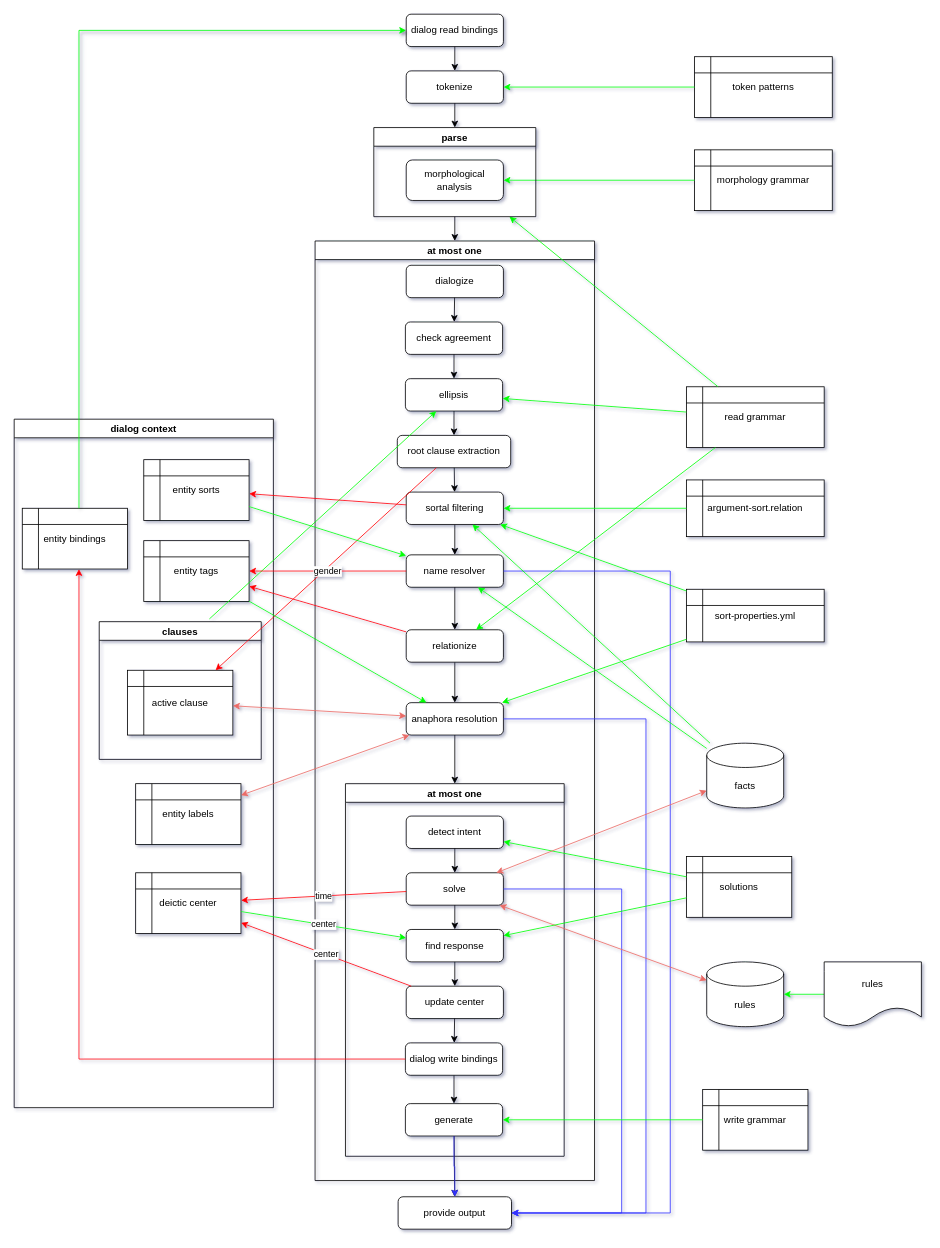
Before: doc/diagram/system1.drawio in garfix/nli-go, a draw.io diagram. Source tidied: cells renumbered, new cells numbered last; positions are measured from the earlier drawing's top-left corner, leaving out a move shared by most shapes. Both pictures are drawn from the tidied source at 81%, with x=0, y=0 at pixel (14, 14).
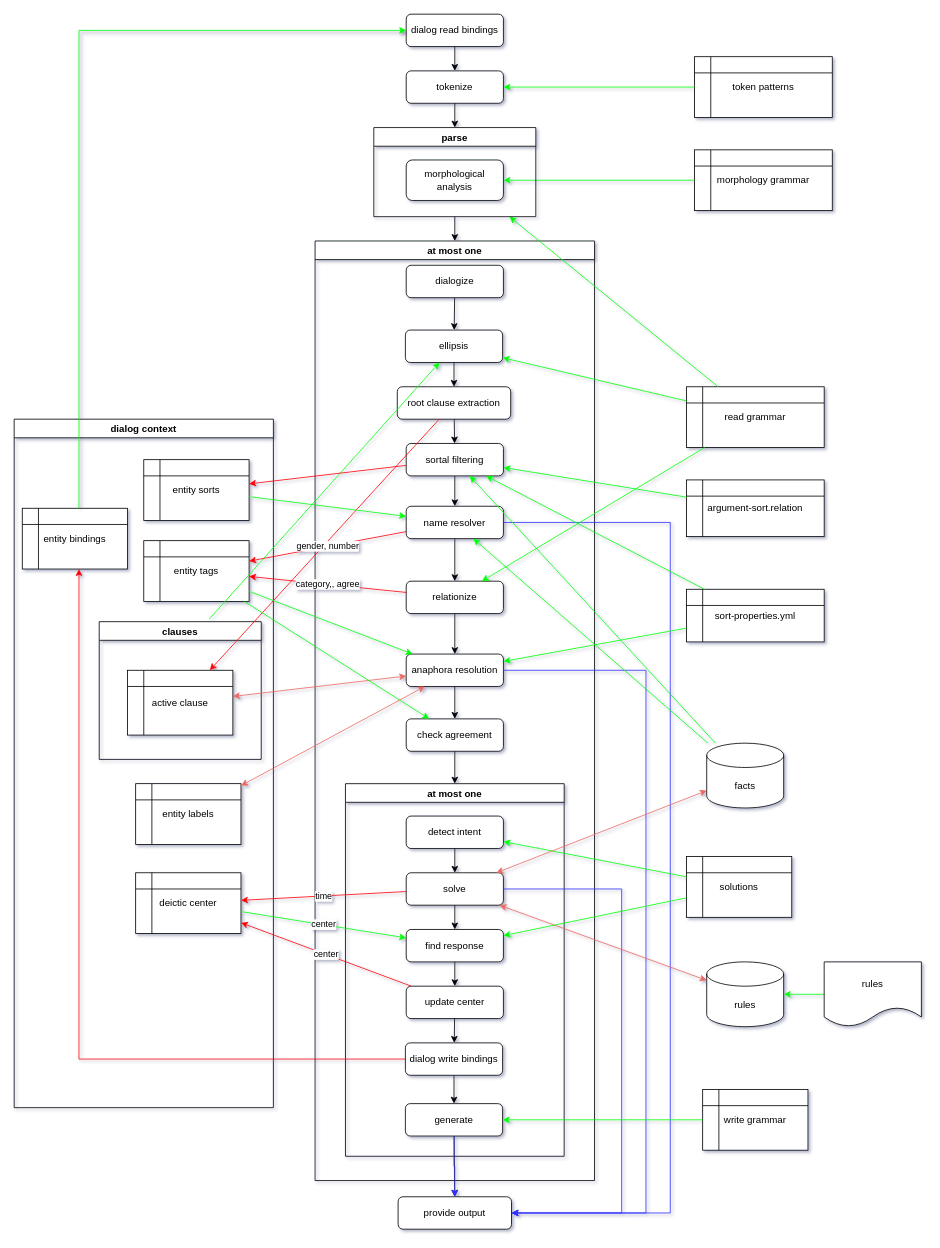
After the change.

Unchanged cells that the change refers to:
```xml
<mxCell id="4" value="at most one" style="swimlane;" parent="1" vertex="1">
  <mxGeometry x="371.5" y="280" width="345" height="1160" as="geometry" />
</mxCell>
<mxCell id="10" value="at most one" style="swimlane;" parent="4" vertex="1">
  <mxGeometry x="37.5" y="670" width="270" height="460" as="geometry" />
</mxCell>
<mxCell id="30" value="dialogize" style="rounded=1;whiteSpace=wrap;html=1;fontSize=12;glass=0;strokeWidth=1;shadow=0;" parent="4" vertex="1">
  <mxGeometry x="112.5" y="30" width="120" height="40" as="geometry" />
</mxCell>
<mxCell id="48" value="entity tags" style="shape=internalStorage;whiteSpace=wrap;html=1;backgroundOutline=1;" parent="45" vertex="1">
  <mxGeometry x="160" y="150" width="130" height="75" as="geometry" />
</mxCell>
```

What changed in the source:
```diff
@@
-    <mxCell id="5" value="check agreement" style="rounded=1;whiteSpace=wrap;html=1;fontSize=12;glass=0;strokeWidth=1;shadow=0;" parent="4" vertex="1">
-      <mxGeometry x="111.5" y="100" width="120" height="40" as="geometry" />
-    </mxCell>
     <mxCell id="6" value="ellipsis" style="rounded=1;whiteSpace=wrap;html=1;fontSize=12;glass=0;strokeWidth=1;shadow=0;" parent="4" vertex="1">
-      <mxGeometry x="111.5" y="170" width="120" height="40" as="geometry" />
+      <mxGeometry x="111.5" y="110" width="120" height="40" as="geometry" />
     </mxCell>
     <mxCell id="7" value="root clause extraction" style="rounded=1;whiteSpace=wrap;html=1;fontSize=12;glass=0;strokeWidth=1;shadow=0;" parent="4" vertex="1">
-      <mxGeometry x="101.5" y="240" width="140" height="40" as="geometry" />
+      <mxGeometry x="101.5" y="180" width="140" height="40" as="geometry" />
     </mxCell>
-    <mxCell id="8" style="endArrow=classic;html=1;rounded=0;" parent="4" edge="1" source="5" target="6">
+    <mxCell id="8" style="endArrow=classic;html=1;rounded=0;" parent="4" edge="1" source="30" target="6">
       <mxGeometry relative="1" as="geometry" />
     </mxCell>
@@
-    <mxCell id="22" style="endArrow=classic;html=1;rounded=0;" parent="4" edge="1" source="23" target="10">
+    <mxCell id="22" style="endArrow=classic;html=1;rounded=0;" parent="4" edge="1" source="5" target="10">
       <mxGeometry relative="1" as="geometry" />
     </mxCell>
     <mxCell id="23" value="anaphora resolution" style="rounded=1;whiteSpace=wrap;html=1;" parent="4" vertex="1">
-      <mxGeometry x="112.5" y="570" width="120" height="40" as="geometry" />
+      <mxGeometry x="112.5" y="510" width="120" height="40" as="geometry" />
     </mxCell>
@@
     <mxCell id="25" value="name resolver" style="rounded=1;whiteSpace=wrap;html=1;" parent="4" vertex="1">
-      <mxGeometry x="112.5" y="387.5" width="120" height="40" as="geometry" />
+      <mxGeometry x="112.5" y="327.5" width="120" height="40" as="geometry" />
     </mxCell>
@@
     <mxCell id="28" value="sortal filtering" style="rounded=1;whiteSpace=wrap;html=1;" parent="4" vertex="1">
-      <mxGeometry x="112.5" y="310" width="120" height="40" as="geometry" />
+      <mxGeometry x="112.5" y="250" width="120" height="40" as="geometry" />
     </mxCell>
@@
-    <mxCell id="31" style="endArrow=classic;html=1;rounded=0;" parent="4" edge="1" source="30" target="5">
+    <mxCell id="31" style="endArrow=classic;html=1;rounded=0;" parent="4" edge="1" source="23" target="5">
       <mxGeometry relative="1" as="geometry" />
     </mxCell>
     <mxCell id="32" value="relationize" style="rounded=1;whiteSpace=wrap;html=1;" parent="4" vertex="1">
-      <mxGeometry x="112.5" y="480" width="120" height="40" as="geometry" />
+      <mxGeometry x="112.5" y="420" width="120" height="40" as="geometry" />
     </mxCell>
+    <mxCell id="5" value="check agreement" style="rounded=1;whiteSpace=wrap;html=1;fontSize=12;glass=0;strokeWidth=1;shadow=0;" parent="4" vertex="1">
+      <mxGeometry x="112.5" y="590" width="120" height="40" as="geometry" />
+    </mxCell>
@@
-    <mxCell id="81" style="endArrow=classic;html=1;rounded=0;strokeColor=#FF0000;" parent="1" edge="1" source="32" target="48">
+    <mxCell id="81" value="category,, agree" style="endArrow=classic;html=1;rounded=0;strokeColor=#FF0000;" parent="1" edge="1" source="32" target="48">
       <mxGeometry relative="1" as="geometry" />
     </mxCell>
@@
-    <mxCell id="85" value="gender" style="endArrow=classic;html=1;rounded=0;strokeColor=#FF0000;" parent="1" edge="1" source="25" target="48">
+    <mxCell id="85" value="gender, number" style="endArrow=classic;html=1;rounded=0;strokeColor=#FF0000;" parent="1" edge="1" source="25" target="48">
       <mxGeometry relative="1" as="geometry" />
     </mxCell>
@@
+    <mxCell id="92" style="endArrow=classic;html=1;rounded=0;strokeColor=#00FF00;" parent="1" edge="1" source="48" target="5">
+      <mxGeometry relative="1" as="geometry" />
+    </mxCell>
```
